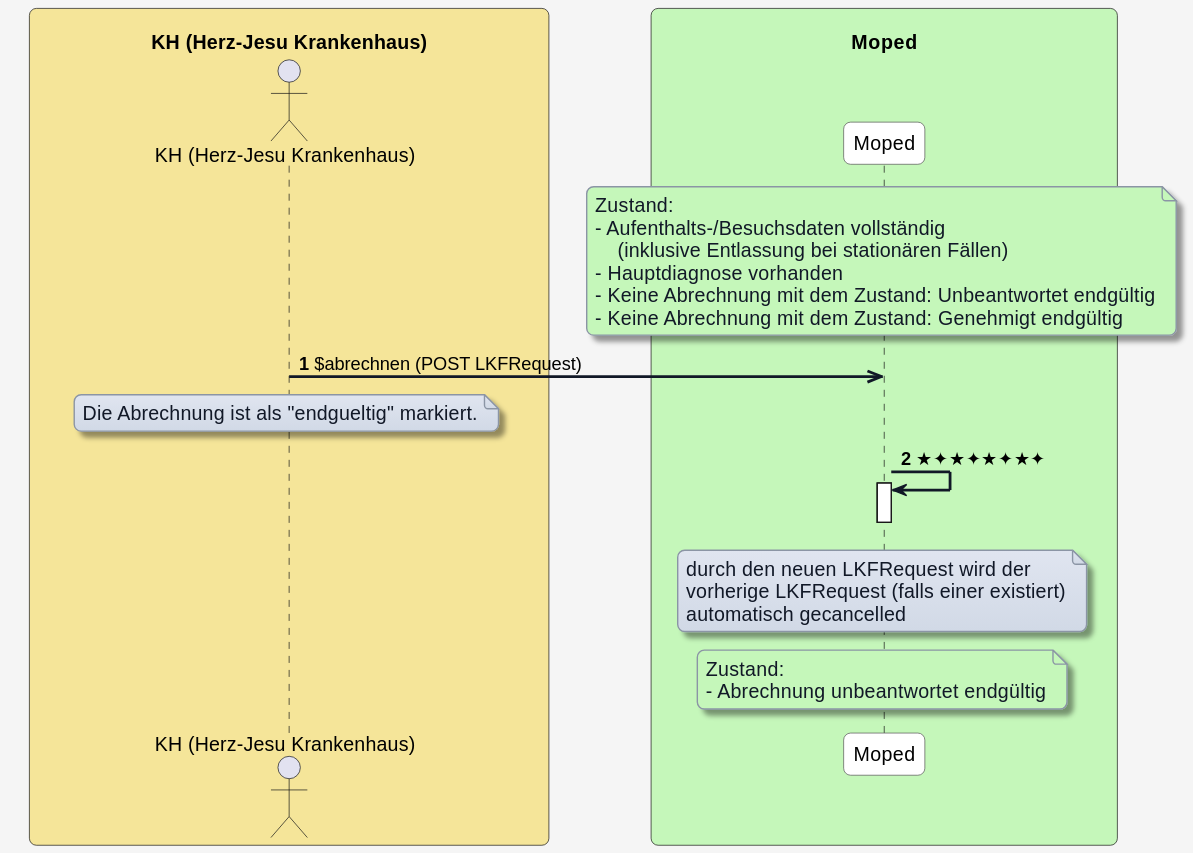
This is r5-ELGA-MOPED-main/plantuml/moped-fall-abrechnen/abrechnen-endgueltig.svg from HL7Austria/hl7austria.github.io, a PlantUML export, as it was before one commit. Source of this version:
```plantuml
@startuml
skinparam borderColor #000000
skinparam backgroundColor #f5f5f5
skinparam shadowing false
skinparam roundCorner 10
skinparam defaultFontName "Arial"
skinparam defaultFontSize 14
skinparam defaultFontColor #000000

skinparam note {
  BackgroundColor #e0e5f0-#d1d9e6
  BorderColor #8b95a5
  BorderThickness 1
  RoundCorner 8
  Padding 6
  FontColor #111827
  Shadowing true
}

skinparam HyperlinkColor #0000EE
skinparam HyperlinkUnderline false

skinparam sequence {
  ParticipantBorderColor #555555
  ParticipantBackgroundColor #ffffff
  ParticipantFontColor #000000
  ParticipantFontSize 14
  ParticipantPadding 20
  ArrowColor #111827
  ArrowThickness 2
  ArrowFontColor #000000
  ArrowFontSize 13
  GroupBorderColor #111827
  GroupBackgroundColor #f3f4f6
  GroupBorderThickness 1
}

skinparam BoxPadding 20
skinparam BoxBorderColor #555555

box "\n                     KH (Herz-Jesu Krankenhaus)                     " #f5e599
  actor KH as "KH (Herz-Jesu Krankenhaus)"
end box

box "\n                                   Moped                                   " #c5f7ba
  participant MP as "Moped"
end box




autonumber

note over MP #c5f7ba
Zustand:
- Aufenthalts-/Besuchsdaten vollständig
    (inklusive Entlassung bei stationären Fällen)
- Hauptdiagnose vorhanden
- Keine Abrechnung mit dem Zustand: Unbeantwortet endgültig
- Keine Abrechnung mit dem Zustand: Genehmigt endgültig
end note

KH ->> MP: $abrechnen (POST LKFRequest)

note over KH
Die Abrechnung ist als "endgueltig" markiert.
end note

MP -> MP: ★✦★✦★✦★✦
activate MP
deactivate MP

note over MP
durch den neuen LKFRequest wird der
vorherige LKFRequest (falls einer existiert)
automatisch gecancelled
end note

note over MP #c5f7ba
Zustand:
- Abrechnung unbeantwortet endgültig
end note
@enduml
```
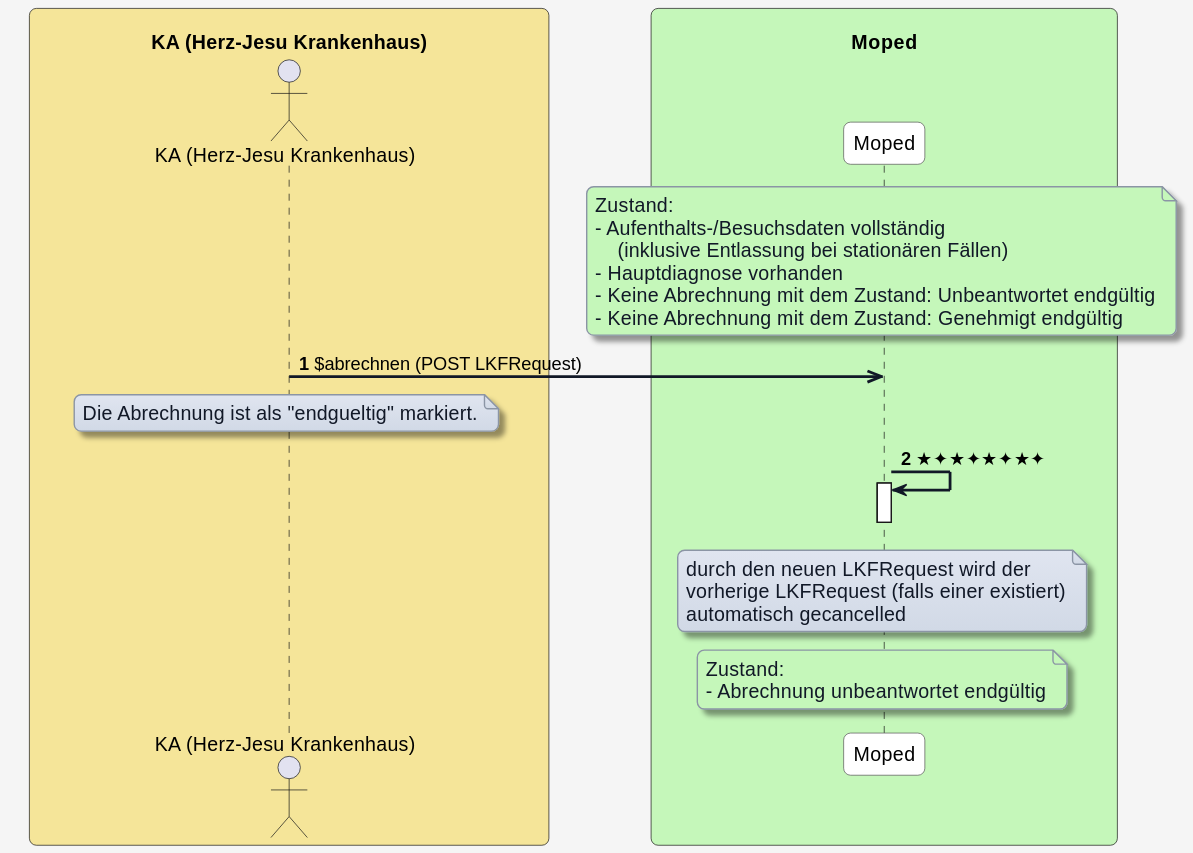
The same diagram one commit later.

Change to the diagram source:
```diff
@@ -53,31 +53,33 @@
 
 note over MP #c5f7ba
 Zustand:
-- Aufenthalts-/Besuchsdaten vollständig
-    (inklusive Entlassung bei stationären Fällen)
+- Aufenthalts-/Besuchsdaten vollstÃ¤ndig
+    (inklusive Entlassung bei stationÃ¤ren FÃ¤llen)
 - Hauptdiagnose vorhanden
-- Keine Abrechnung mit dem Zustand: Unbeantwortet endgültig
-- Keine Abrechnung mit dem Zustand: Genehmigt endgültig
-end note
+- Keine Abrechnung mit dem Zustand: Unbeantwortet endgÃ¼ltig
+- Keine Abrechnung mit dem Zustand: Genehmigt endgÃ¼ltig
+nd bptdig
+-d
+gdem Zubc5f: $anung m¤ll(POST LKFRce {st)e over MP #cKH
+Diechnung mit dist
+sk "¼ltiuend b" markiert.ptdig
+-d
+gd5f7-bc5f: â˜…âœ¦â˜…âœ¦â˜…âœ¦â˜…âœ¦
+ KHivvolc5f
+de KHivvolc5f
+ over MP #c5f
+durchZusn ne {
+ LKFRce {st wirdZusr
+ndenerige LKFRce {st (
 
-KH ->> MP: $abrechnen (POST LKFRequest)
+ssk Abrer existiert)numbemÃ¤rschZgeca
 
-note over KH
-Die Abrechnung ist als "endgueltig" markiert.
-end note
-
-MP -> MP: ★✦★✦★✦★✦
-activate MP
-deactivate MP
-
-note over MP
-durch den neuen LKFRequest wird der
-vorherige LKFRequest (falls einer existiert)
-automatisch gecancelled
-end note
-
-note over MP #c5f7ba
+- dptdig
+-d
+gdover MP #c5f7ba
 Zustand:
-- Abrechnung unbeantwortet endgültig
-end note
+- Aufentnung mit dutwortet endgÃ¼ltig
+- Keitdig
+-d
+g
 @enduml
```
